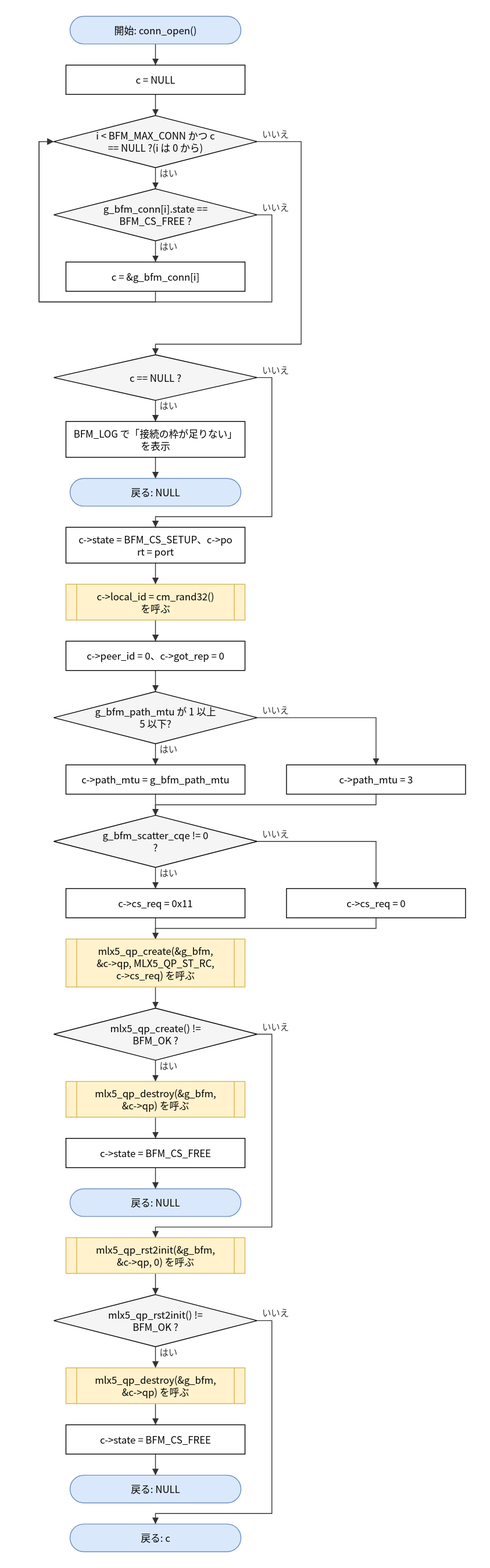
This is doc/spec/images/flow_src_bfm_cm-conn_open.drawio.svg from hf355051012-ai/bfmem, a draw.io export, as it was before one commit. Source tidied: cells renumbered, new cells last; positions are measured from the earlier drawing's top-left corner, leaving out a move shared by most shapes. Its diagram source:
```xml
<mxGraphModel>
  <root>
    <mxCell id="0" />
    <mxCell id="1" parent="0" />
    <mxCell id="2" value="開始: conn_open()" style="rounded=1;arcSize=50;whiteSpace=wrap;html=1;fillColor=#dae8fc;strokeColor=#6c8ebf;" parent="1" vertex="1">
      <mxGeometry x="38" width="210" height="34" as="geometry" />
    </mxCell>
    <mxCell id="3" value="c = NULL" style="rounded=0;whiteSpace=wrap;html=1;" parent="1" vertex="1">
      <mxGeometry x="33" y="60" width="220" height="36" as="geometry" />
    </mxCell>
    <mxCell id="4" value="i &amp;lt; BFM_MAX_CONN かつ c&lt;br&gt;== NULL ?(i は 0 から)" style="rhombus;whiteSpace=wrap;html=1;fillColor=#f5f5f5;" parent="1" vertex="1">
      <mxGeometry x="18" y="122" width="250" height="64" as="geometry" />
    </mxCell>
    <mxCell id="5" value="g_bfm_conn[i].state ==&lt;br&gt;BFM_CS_FREE ?" style="rhombus;whiteSpace=wrap;html=1;fillColor=#f5f5f5;" parent="1" vertex="1">
      <mxGeometry x="18" y="212" width="250" height="64" as="geometry" />
    </mxCell>
    <mxCell id="6" value="c = &amp;amp;g_bfm_conn[i]" style="rounded=0;whiteSpace=wrap;html=1;" parent="1" vertex="1">
      <mxGeometry x="33" y="302" width="220" height="36" as="geometry" />
    </mxCell>
    <mxCell id="7" value="c == NULL ?" style="rhombus;whiteSpace=wrap;html=1;fillColor=#f5f5f5;" parent="1" vertex="1">
      <mxGeometry x="18" y="416" width="250" height="56" as="geometry" />
    </mxCell>
    <mxCell id="8" value="BFM_LOG で「接続の枠が足りない」&lt;br&gt;を表示" style="rounded=0;whiteSpace=wrap;html=1;" parent="1" vertex="1">
      <mxGeometry x="33" y="498" width="220" height="44" as="geometry" />
    </mxCell>
    <mxCell id="9" value="戻る: NULL" style="rounded=1;arcSize=50;whiteSpace=wrap;html=1;fillColor=#dae8fc;strokeColor=#6c8ebf;" parent="1" vertex="1">
      <mxGeometry x="38" y="568" width="210" height="34" as="geometry" />
    </mxCell>
    <mxCell id="10" value="c-&amp;gt;state = BFM_CS_SETUP、c-&amp;gt;po&lt;br&gt;rt = port" style="rounded=0;whiteSpace=wrap;html=1;" parent="1" vertex="1">
      <mxGeometry x="33" y="628" width="220" height="44" as="geometry" />
    </mxCell>
    <mxCell id="11" value="c-&amp;gt;local_id = cm_rand32()&lt;br&gt;を呼ぶ" style="shape=process;whiteSpace=wrap;html=1;backgroundOutline=1;size=0.06;fillColor=#fff2cc;strokeColor=#d6b656;" parent="1" vertex="1">
      <mxGeometry x="33" y="698" width="220" height="44" as="geometry" />
    </mxCell>
    <mxCell id="12" value="c-&amp;gt;peer_id = 0、c-&amp;gt;got_rep = 0" style="rounded=0;whiteSpace=wrap;html=1;" parent="1" vertex="1">
      <mxGeometry x="33" y="768" width="220" height="36" as="geometry" />
    </mxCell>
    <mxCell id="13" value="g_bfm_path_mtu が 1 以上&lt;br&gt;5 以下?" style="rhombus;whiteSpace=wrap;html=1;fillColor=#f5f5f5;" parent="1" vertex="1">
      <mxGeometry x="18" y="830" width="250" height="64" as="geometry" />
    </mxCell>
    <mxCell id="14" value="c-&amp;gt;path_mtu = g_bfm_path_mtu" style="rounded=0;whiteSpace=wrap;html=1;" parent="1" vertex="1">
      <mxGeometry x="33" y="920" width="220" height="36" as="geometry" />
    </mxCell>
    <mxCell id="15" value="c-&amp;gt;path_mtu = 3" style="rounded=0;whiteSpace=wrap;html=1;" parent="1" vertex="1">
      <mxGeometry x="304" y="920" width="220" height="36" as="geometry" />
    </mxCell>
    <mxCell id="16" value="g_bfm_scatter_cqe != 0&lt;br&gt;?" style="rhombus;whiteSpace=wrap;html=1;fillColor=#f5f5f5;" parent="1" vertex="1">
      <mxGeometry x="18" y="982" width="250" height="64" as="geometry" />
    </mxCell>
    <mxCell id="17" value="c-&amp;gt;cs_req = 0x11" style="rounded=0;whiteSpace=wrap;html=1;" parent="1" vertex="1">
      <mxGeometry x="33" y="1072" width="220" height="36" as="geometry" />
    </mxCell>
    <mxCell id="18" value="c-&amp;gt;cs_req = 0" style="rounded=0;whiteSpace=wrap;html=1;" parent="1" vertex="1">
      <mxGeometry x="304" y="1072" width="220" height="36" as="geometry" />
    </mxCell>
    <mxCell id="19" value="mlx5_qp_create(&amp;amp;g_bfm,&lt;br&gt;&amp;amp;c-&amp;gt;qp, MLX5_QP_ST_RC,&lt;br&gt;c-&amp;gt;cs_req) を呼ぶ" style="shape=process;whiteSpace=wrap;html=1;backgroundOutline=1;size=0.06;fillColor=#fff2cc;strokeColor=#d6b656;" parent="1" vertex="1">
      <mxGeometry x="33" y="1134" width="220" height="59" as="geometry" />
    </mxCell>
    <mxCell id="20" value="mlx5_qp_create() !=&lt;br&gt;BFM_OK ?" style="rhombus;whiteSpace=wrap;html=1;fillColor=#f5f5f5;" parent="1" vertex="1">
      <mxGeometry x="18" y="1219" width="250" height="64" as="geometry" />
    </mxCell>
    <mxCell id="21" value="mlx5_qp_destroy(&amp;amp;g_bfm,&lt;br&gt;&amp;amp;c-&amp;gt;qp) を呼ぶ" style="shape=process;whiteSpace=wrap;html=1;backgroundOutline=1;size=0.06;fillColor=#fff2cc;strokeColor=#d6b656;" parent="1" vertex="1">
      <mxGeometry x="33" y="1309" width="220" height="44" as="geometry" />
    </mxCell>
    <mxCell id="22" value="c-&amp;gt;state = BFM_CS_FREE" style="rounded=0;whiteSpace=wrap;html=1;" parent="1" vertex="1">
      <mxGeometry x="33" y="1379" width="220" height="36" as="geometry" />
    </mxCell>
    <mxCell id="23" value="戻る: NULL" style="rounded=1;arcSize=50;whiteSpace=wrap;html=1;fillColor=#dae8fc;strokeColor=#6c8ebf;" parent="1" vertex="1">
      <mxGeometry x="38" y="1441" width="210" height="34" as="geometry" />
    </mxCell>
    <mxCell id="24" value="mlx5_qp_rst2init(&amp;amp;g_bfm,&lt;br&gt;&amp;amp;c-&amp;gt;qp, 0) を呼ぶ" style="shape=process;whiteSpace=wrap;html=1;backgroundOutline=1;size=0.06;fillColor=#fff2cc;strokeColor=#d6b656;" parent="1" vertex="1">
      <mxGeometry x="33" y="1501" width="220" height="44" as="geometry" />
    </mxCell>
    <mxCell id="25" value="mlx5_qp_rst2init() !=&lt;br&gt;BFM_OK ?" style="rhombus;whiteSpace=wrap;html=1;fillColor=#f5f5f5;" parent="1" vertex="1">
      <mxGeometry x="18" y="1571" width="250" height="64" as="geometry" />
    </mxCell>
    <mxCell id="26" value="mlx5_qp_destroy(&amp;amp;g_bfm,&lt;br&gt;&amp;amp;c-&amp;gt;qp) を呼ぶ" style="shape=process;whiteSpace=wrap;html=1;backgroundOutline=1;size=0.06;fillColor=#fff2cc;strokeColor=#d6b656;" parent="1" vertex="1">
      <mxGeometry x="33" y="1661" width="220" height="44" as="geometry" />
    </mxCell>
    <mxCell id="27" value="c-&amp;gt;state = BFM_CS_FREE" style="rounded=0;whiteSpace=wrap;html=1;" parent="1" vertex="1">
      <mxGeometry x="33" y="1731" width="220" height="36" as="geometry" />
    </mxCell>
    <mxCell id="28" value="戻る: NULL" style="rounded=1;arcSize=50;whiteSpace=wrap;html=1;fillColor=#dae8fc;strokeColor=#6c8ebf;" parent="1" vertex="1">
      <mxGeometry x="38" y="1793" width="210" height="34" as="geometry" />
    </mxCell>
    <mxCell id="29" value="戻る: c" style="rounded=1;arcSize=50;whiteSpace=wrap;html=1;fillColor=#dae8fc;strokeColor=#6c8ebf;" parent="1" vertex="1">
      <mxGeometry x="38" y="1853" width="210" height="34" as="geometry" />
    </mxCell>
    <mxCell id="30" style="edgeStyle=none;html=1;rounded=0;endArrow=block;endFill=1;exitX=0.5000;exitY=1.0000;exitDx=0;exitDy=0;exitPerimeter=0;entryX=0.5000;entryY=0.0000;entryDx=0;entryDy=0;entryPerimeter=0;" parent="1" edge="1" source="2" target="3">
      <mxGeometry relative="1" as="geometry" />
    </mxCell>
    <mxCell id="31" style="edgeStyle=none;html=1;rounded=0;endArrow=block;endFill=1;exitX=0.5000;exitY=1.0000;exitDx=0;exitDy=0;exitPerimeter=0;entryX=0.5000;entryY=0.0000;entryDx=0;entryDy=0;entryPerimeter=0;" parent="1" edge="1" source="3" target="4">
      <mxGeometry relative="1" as="geometry" />
    </mxCell>
    <mxCell id="32" value="はい" style="edgeStyle=none;html=1;rounded=0;endArrow=block;endFill=1;exitX=0.5000;exitY=1.0000;exitDx=0;exitDy=0;exitPerimeter=0;entryX=0.5000;entryY=0.0000;entryDx=0;entryDy=0;entryPerimeter=0;" parent="1" edge="1" source="4" target="5">
      <mxGeometry relative="1" as="geometry" />
    </mxCell>
    <mxCell id="33" value="はい" style="edgeStyle=none;html=1;rounded=0;endArrow=block;endFill=1;exitX=0.5000;exitY=1.0000;exitDx=0;exitDy=0;exitPerimeter=0;entryX=0.5000;entryY=0.0000;entryDx=0;entryDy=0;entryPerimeter=0;" parent="1" edge="1" source="5" target="6">
      <mxGeometry relative="1" as="geometry" />
    </mxCell>
    <mxCell id="34" style="edgeStyle=none;html=1;rounded=0;endArrow=block;endFill=1;exitX=0.5000;exitY=1.0000;exitDx=0;exitDy=0;exitPerimeter=0;entryX=0.0000;entryY=0.5000;entryDx=0;entryDy=0;entryPerimeter=0;" parent="1" edge="1" source="6" target="4">
      <mxGeometry relative="1" as="geometry">
        <Array as="points">
          <mxPoint x="143" y="351" />
          <mxPoint y="351" />
          <mxPoint y="154" />
        </Array>
      </mxGeometry>
    </mxCell>
    <mxCell id="35" value="いいえ" style="edgeStyle=none;html=1;rounded=0;endArrow=block;endFill=1;exitX=1.0000;exitY=0.5000;exitDx=0;exitDy=0;exitPerimeter=0;entryX=0.0000;entryY=0.5000;entryDx=0;entryDy=0;entryPerimeter=0;" parent="1" edge="1" source="5" target="4">
      <mxGeometry relative="1" as="geometry">
        <Array as="points">
          <mxPoint x="286" y="244" />
          <mxPoint x="286" y="351" />
          <mxPoint y="351" />
          <mxPoint y="154" />
        </Array>
      </mxGeometry>
    </mxCell>
    <mxCell id="36" value="いいえ" style="edgeStyle=none;html=1;rounded=0;endArrow=block;endFill=1;exitX=1.0000;exitY=0.5000;exitDx=0;exitDy=0;exitPerimeter=0;entryX=0.5000;entryY=0.0000;entryDx=0;entryDy=0;entryPerimeter=0;" parent="1" edge="1" source="4" target="7">
      <mxGeometry relative="1" as="geometry">
        <Array as="points">
          <mxPoint x="322" y="154" />
          <mxPoint x="322" y="403" />
          <mxPoint x="143" y="403" />
        </Array>
      </mxGeometry>
    </mxCell>
    <mxCell id="37" value="はい" style="edgeStyle=none;html=1;rounded=0;endArrow=block;endFill=1;exitX=0.5000;exitY=1.0000;exitDx=0;exitDy=0;exitPerimeter=0;entryX=0.5000;entryY=0.0000;entryDx=0;entryDy=0;entryPerimeter=0;" parent="1" edge="1" source="7" target="8">
      <mxGeometry relative="1" as="geometry" />
    </mxCell>
    <mxCell id="38" style="edgeStyle=none;html=1;rounded=0;endArrow=block;endFill=1;exitX=0.5000;exitY=1.0000;exitDx=0;exitDy=0;exitPerimeter=0;entryX=0.5000;entryY=0.0000;entryDx=0;entryDy=0;entryPerimeter=0;" parent="1" edge="1" source="8" target="9">
      <mxGeometry relative="1" as="geometry" />
    </mxCell>
    <mxCell id="39" value="いいえ" style="edgeStyle=none;html=1;rounded=0;endArrow=block;endFill=1;exitX=1.0000;exitY=0.5000;exitDx=0;exitDy=0;exitPerimeter=0;entryX=0.5000;entryY=0.0000;entryDx=0;entryDy=0;entryPerimeter=0;" parent="1" edge="1" source="7" target="10">
      <mxGeometry relative="1" as="geometry">
        <Array as="points">
          <mxPoint x="286" y="444" />
          <mxPoint x="286" y="615" />
          <mxPoint x="143" y="615" />
        </Array>
      </mxGeometry>
    </mxCell>
    <mxCell id="40" style="edgeStyle=none;html=1;rounded=0;endArrow=block;endFill=1;exitX=0.5000;exitY=1.0000;exitDx=0;exitDy=0;exitPerimeter=0;entryX=0.5000;entryY=0.0000;entryDx=0;entryDy=0;entryPerimeter=0;" parent="1" edge="1" source="10" target="11">
      <mxGeometry relative="1" as="geometry" />
    </mxCell>
    <mxCell id="41" style="edgeStyle=none;html=1;rounded=0;endArrow=block;endFill=1;exitX=0.5000;exitY=1.0000;exitDx=0;exitDy=0;exitPerimeter=0;entryX=0.5000;entryY=0.0000;entryDx=0;entryDy=0;entryPerimeter=0;" parent="1" edge="1" source="11" target="12">
      <mxGeometry relative="1" as="geometry" />
    </mxCell>
    <mxCell id="42" style="edgeStyle=none;html=1;rounded=0;endArrow=block;endFill=1;exitX=0.5000;exitY=1.0000;exitDx=0;exitDy=0;exitPerimeter=0;entryX=0.5000;entryY=0.0000;entryDx=0;entryDy=0;entryPerimeter=0;" parent="1" edge="1" source="12" target="13">
      <mxGeometry relative="1" as="geometry" />
    </mxCell>
    <mxCell id="43" value="はい" style="edgeStyle=none;html=1;rounded=0;endArrow=block;endFill=1;exitX=0.5000;exitY=1.0000;exitDx=0;exitDy=0;exitPerimeter=0;entryX=0.5000;entryY=0.0000;entryDx=0;entryDy=0;entryPerimeter=0;" parent="1" edge="1" source="13" target="14">
      <mxGeometry relative="1" as="geometry" />
    </mxCell>
    <mxCell id="44" value="いいえ" style="edgeStyle=none;html=1;rounded=0;endArrow=block;endFill=1;exitX=1.0000;exitY=0.5000;exitDx=0;exitDy=0;exitPerimeter=0;entryX=0.5000;entryY=0.0000;entryDx=0;entryDy=0;entryPerimeter=0;" parent="1" edge="1" source="13" target="15">
      <mxGeometry relative="1" as="geometry">
        <Array as="points">
          <mxPoint x="414" y="862" />
        </Array>
      </mxGeometry>
    </mxCell>
    <mxCell id="45" style="edgeStyle=none;html=1;rounded=0;endArrow=block;endFill=1;exitX=0.5000;exitY=1.0000;exitDx=0;exitDy=0;exitPerimeter=0;entryX=0.5000;entryY=0.0000;entryDx=0;entryDy=0;entryPerimeter=0;" parent="1" edge="1" source="14" target="16">
      <mxGeometry relative="1" as="geometry" />
    </mxCell>
    <mxCell id="46" style="edgeStyle=none;html=1;rounded=0;endArrow=block;endFill=1;exitX=0.5000;exitY=1.0000;exitDx=0;exitDy=0;exitPerimeter=0;entryX=0.5000;entryY=0.0000;entryDx=0;entryDy=0;entryPerimeter=0;" parent="1" edge="1" source="15" target="16">
      <mxGeometry relative="1" as="geometry">
        <Array as="points">
          <mxPoint x="414" y="969" />
          <mxPoint x="143" y="969" />
        </Array>
      </mxGeometry>
    </mxCell>
    <mxCell id="47" value="はい" style="edgeStyle=none;html=1;rounded=0;endArrow=block;endFill=1;exitX=0.5000;exitY=1.0000;exitDx=0;exitDy=0;exitPerimeter=0;entryX=0.5000;entryY=0.0000;entryDx=0;entryDy=0;entryPerimeter=0;" parent="1" edge="1" source="16" target="17">
      <mxGeometry relative="1" as="geometry" />
    </mxCell>
    <mxCell id="48" value="いいえ" style="edgeStyle=none;html=1;rounded=0;endArrow=block;endFill=1;exitX=1.0000;exitY=0.5000;exitDx=0;exitDy=0;exitPerimeter=0;entryX=0.5000;entryY=0.0000;entryDx=0;entryDy=0;entryPerimeter=0;" parent="1" edge="1" source="16" target="18">
      <mxGeometry relative="1" as="geometry">
        <Array as="points">
          <mxPoint x="414" y="1014" />
        </Array>
      </mxGeometry>
    </mxCell>
    <mxCell id="49" style="edgeStyle=none;html=1;rounded=0;endArrow=block;endFill=1;exitX=0.5000;exitY=1.0000;exitDx=0;exitDy=0;exitPerimeter=0;entryX=0.5000;entryY=0.0000;entryDx=0;entryDy=0;entryPerimeter=0;" parent="1" edge="1" source="17" target="19">
      <mxGeometry relative="1" as="geometry" />
    </mxCell>
    <mxCell id="50" style="edgeStyle=none;html=1;rounded=0;endArrow=block;endFill=1;exitX=0.5000;exitY=1.0000;exitDx=0;exitDy=0;exitPerimeter=0;entryX=0.5000;entryY=0.0000;entryDx=0;entryDy=0;entryPerimeter=0;" parent="1" edge="1" source="18" target="19">
      <mxGeometry relative="1" as="geometry">
        <Array as="points">
          <mxPoint x="414" y="1121" />
          <mxPoint x="143" y="1121" />
        </Array>
      </mxGeometry>
    </mxCell>
    <mxCell id="51" style="edgeStyle=none;html=1;rounded=0;endArrow=block;endFill=1;exitX=0.5000;exitY=1.0000;exitDx=0;exitDy=0;exitPerimeter=0;entryX=0.5000;entryY=0.0000;entryDx=0;entryDy=0;entryPerimeter=0;" parent="1" edge="1" source="19" target="20">
      <mxGeometry relative="1" as="geometry" />
    </mxCell>
    <mxCell id="52" value="はい" style="edgeStyle=none;html=1;rounded=0;endArrow=block;endFill=1;exitX=0.5000;exitY=1.0000;exitDx=0;exitDy=0;exitPerimeter=0;entryX=0.5000;entryY=0.0000;entryDx=0;entryDy=0;entryPerimeter=0;" parent="1" edge="1" source="20" target="21">
      <mxGeometry relative="1" as="geometry" />
    </mxCell>
    <mxCell id="53" style="edgeStyle=none;html=1;rounded=0;endArrow=block;endFill=1;exitX=0.5000;exitY=1.0000;exitDx=0;exitDy=0;exitPerimeter=0;entryX=0.5000;entryY=0.0000;entryDx=0;entryDy=0;entryPerimeter=0;" parent="1" edge="1" source="21" target="22">
      <mxGeometry relative="1" as="geometry" />
    </mxCell>
    <mxCell id="54" style="edgeStyle=none;html=1;rounded=0;endArrow=block;endFill=1;exitX=0.5000;exitY=1.0000;exitDx=0;exitDy=0;exitPerimeter=0;entryX=0.5000;entryY=0.0000;entryDx=0;entryDy=0;entryPerimeter=0;" parent="1" edge="1" source="22" target="23">
      <mxGeometry relative="1" as="geometry" />
    </mxCell>
    <mxCell id="55" value="いいえ" style="edgeStyle=none;html=1;rounded=0;endArrow=block;endFill=1;exitX=1.0000;exitY=0.5000;exitDx=0;exitDy=0;exitPerimeter=0;entryX=0.5000;entryY=0.0000;entryDx=0;entryDy=0;entryPerimeter=0;" parent="1" edge="1" source="20" target="24">
      <mxGeometry relative="1" as="geometry">
        <Array as="points">
          <mxPoint x="286" y="1251" />
          <mxPoint x="286" y="1488" />
          <mxPoint x="143" y="1488" />
        </Array>
      </mxGeometry>
    </mxCell>
    <mxCell id="56" style="edgeStyle=none;html=1;rounded=0;endArrow=block;endFill=1;exitX=0.5000;exitY=1.0000;exitDx=0;exitDy=0;exitPerimeter=0;entryX=0.5000;entryY=0.0000;entryDx=0;entryDy=0;entryPerimeter=0;" parent="1" edge="1" source="24" target="25">
      <mxGeometry relative="1" as="geometry" />
    </mxCell>
    <mxCell id="57" value="はい" style="edgeStyle=none;html=1;rounded=0;endArrow=block;endFill=1;exitX=0.5000;exitY=1.0000;exitDx=0;exitDy=0;exitPerimeter=0;entryX=0.5000;entryY=0.0000;entryDx=0;entryDy=0;entryPerimeter=0;" parent="1" edge="1" source="25" target="26">
      <mxGeometry relative="1" as="geometry" />
    </mxCell>
    <mxCell id="58" style="edgeStyle=none;html=1;rounded=0;endArrow=block;endFill=1;exitX=0.5000;exitY=1.0000;exitDx=0;exitDy=0;exitPerimeter=0;entryX=0.5000;entryY=0.0000;entryDx=0;entryDy=0;entryPerimeter=0;" parent="1" edge="1" source="26" target="27">
      <mxGeometry relative="1" as="geometry" />
    </mxCell>
    <mxCell id="59" style="edgeStyle=none;html=1;rounded=0;endArrow=block;endFill=1;exitX=0.5000;exitY=1.0000;exitDx=0;exitDy=0;exitPerimeter=0;entryX=0.5000;entryY=0.0000;entryDx=0;entryDy=0;entryPerimeter=0;" parent="1" edge="1" source="27" target="28">
      <mxGeometry relative="1" as="geometry" />
    </mxCell>
    <mxCell id="60" value="いいえ" style="edgeStyle=none;html=1;rounded=0;endArrow=block;endFill=1;exitX=1.0000;exitY=0.5000;exitDx=0;exitDy=0;exitPerimeter=0;entryX=0.5000;entryY=0.0000;entryDx=0;entryDy=0;entryPerimeter=0;" parent="1" edge="1" source="25" target="29">
      <mxGeometry relative="1" as="geometry">
        <Array as="points">
          <mxPoint x="286" y="1603" />
          <mxPoint x="286" y="1840" />
          <mxPoint x="143" y="1840" />
        </Array>
      </mxGeometry>
    </mxCell>
  </root>
</mxGraphModel>
```
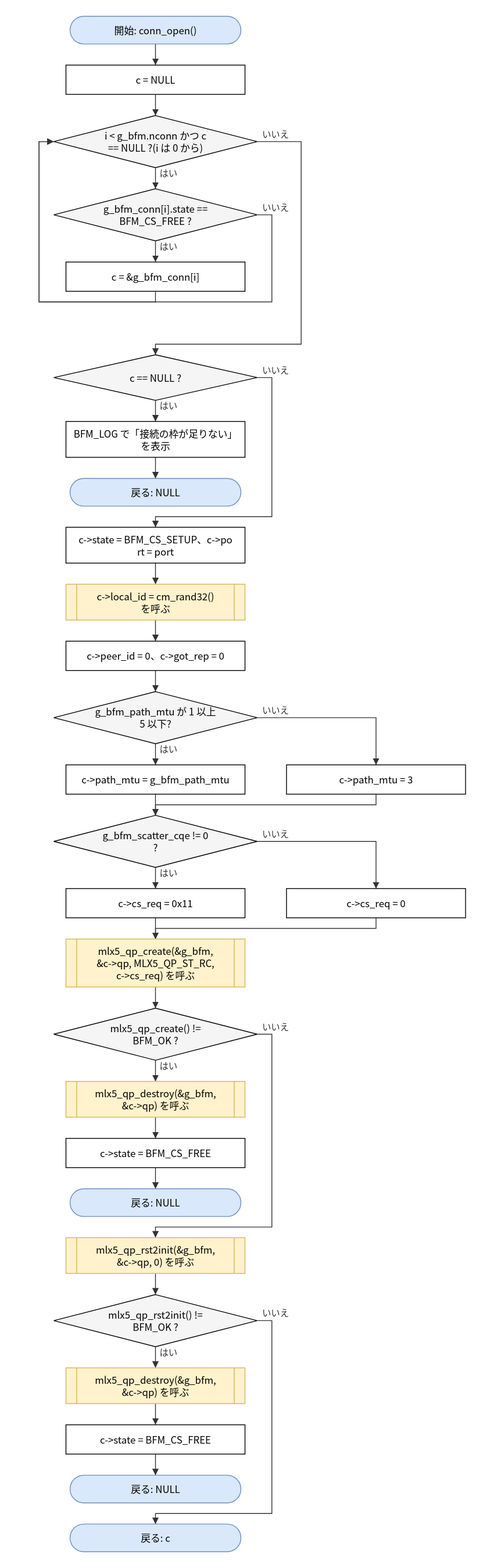
After the commit.

What changed in the source:
```diff
@@ -8,7 +8,7 @@
     <mxCell id="3" value="c = NULL" style="rounded=0;whiteSpace=wrap;html=1;" parent="1" vertex="1">
       <mxGeometry x="33" y="60" width="220" height="36" as="geometry" />
     </mxCell>
-    <mxCell id="4" value="i &amp;lt; BFM_MAX_CONN かつ c&lt;br&gt;== NULL ?(i は 0 から)" style="rhombus;whiteSpace=wrap;html=1;fillColor=#f5f5f5;" parent="1" vertex="1">
+    <mxCell id="4" value="i &amp;lt; g_bfm.nconn かつ c&lt;br&gt;== NULL ?(i は 0 から)" style="rhombus;whiteSpace=wrap;html=1;fillColor=#f5f5f5;" parent="1" vertex="1">
       <mxGeometry x="18" y="122" width="250" height="64" as="geometry" />
     </mxCell>
     <mxCell id="5" value="g_bfm_conn[i].state ==&lt;br&gt;BFM_CS_FREE ?" style="rhombus;whiteSpace=wrap;html=1;fillColor=#f5f5f5;" parent="1" vertex="1">
```
